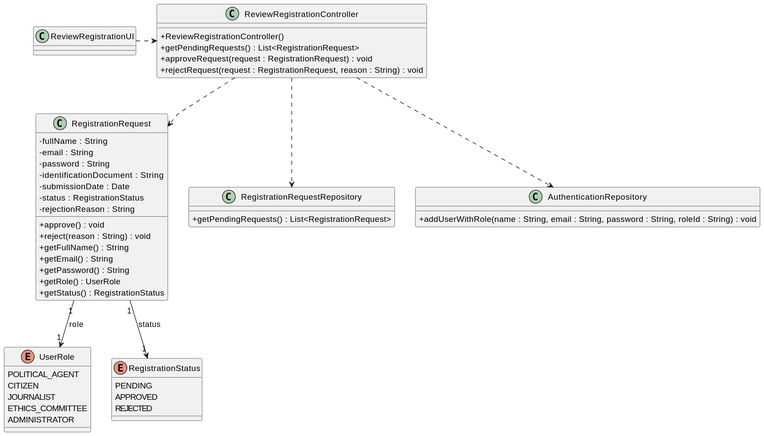
Before: docs/system-documentation/US02/03.design/svg/US02_CD.svg, a diagram exported from PlantUML (brunodspinto/crystal-clear-platform).
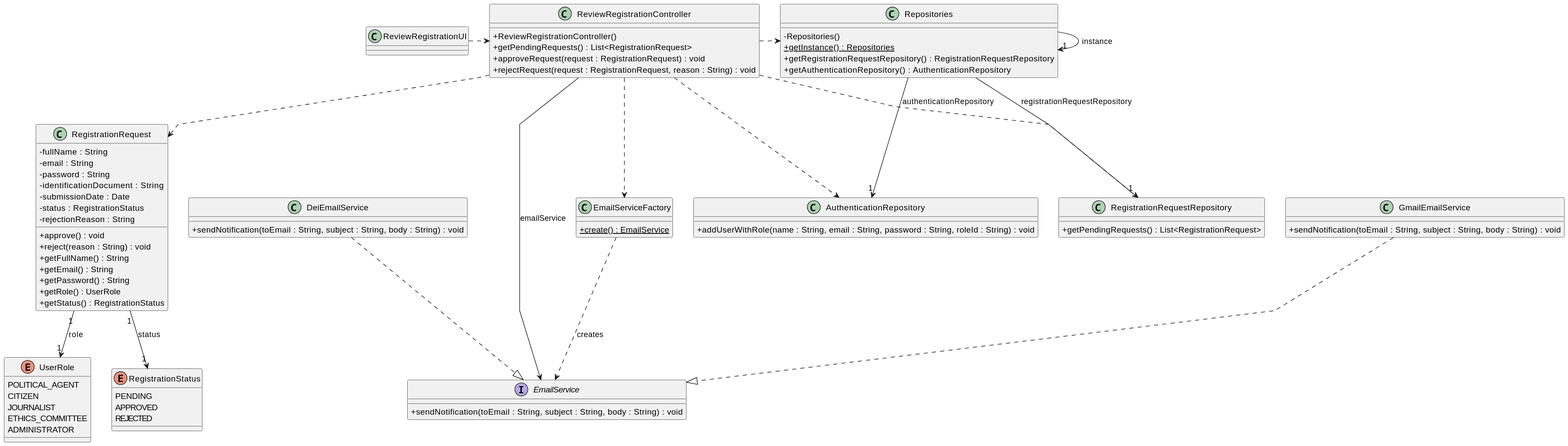
Above is the later version.

Change to the diagram source:
```diff
@@ -39,6 +39,29 @@
     + addUserWithRole(name : String, email : String, password : String, roleId : String) : void
 }
 
+class Repositories {
+    - Repositories()
+    + {static} getInstance() : Repositories
+    + getRegistrationRequestRepository() : RegistrationRequestRepository
+    + getAuthenticationRepository() : AuthenticationRepository
+}
+
+interface EmailService {
+    + sendNotification(toEmail : String, subject : String, body : String) : void
+}
+
+class GmailEmailService {
+    + sendNotification(toEmail : String, subject : String, body : String) : void
+}
+
+class DeiEmailService {
+    + sendNotification(toEmail : String, subject : String, body : String) : void
+}
+
+class EmailServiceFactory {
+    + {static} create() : EmailService
+}
+
 enum UserRole {
     POLITICAL_AGENT
     CITIZEN
@@ -54,9 +77,18 @@
 }
 
 ReviewRegistrationUI .> ReviewRegistrationController
+ReviewRegistrationController .> Repositories
 ReviewRegistrationController ..> RegistrationRequestRepository
 ReviewRegistrationController ..> AuthenticationRepository
 ReviewRegistrationController ..> RegistrationRequest
+Repositories -> "1" Repositories : instance
+Repositories --> "1" RegistrationRequestRepository : registrationRequestRepository
+Repositories --> "1" AuthenticationRepository : authenticationRepository
+ReviewRegistrationController --> EmailService : emailService
+ReviewRegistrationController ..> EmailServiceFactory
+GmailEmailService ..|> EmailService
+DeiEmailService ..|> EmailService
+EmailServiceFactory ..> EmailService : creates
 RegistrationRequest "1" --> "1" UserRole : role
 RegistrationRequest "1" --> "1" RegistrationStatus : status
 @enduml
```
